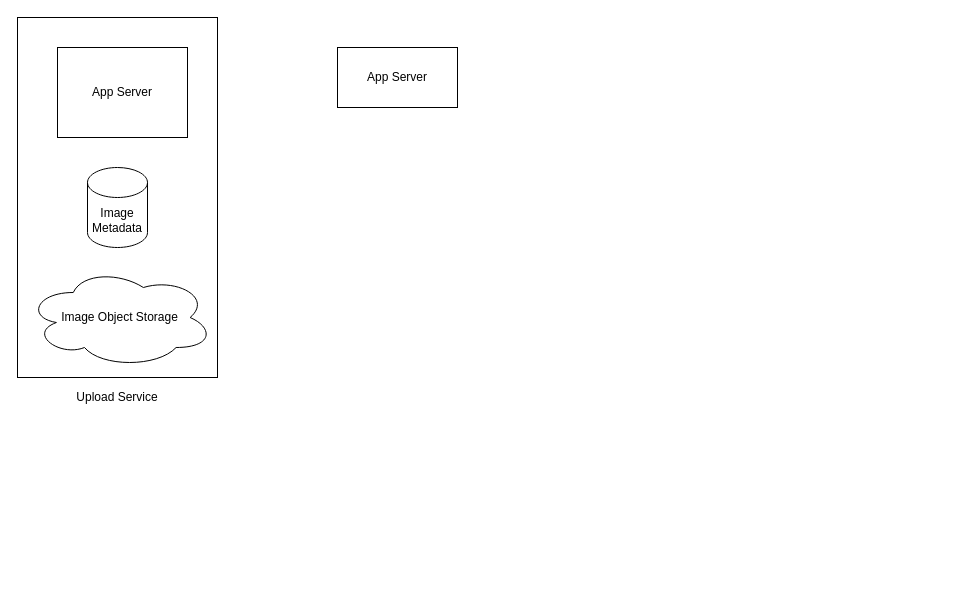
This is Instagram System Design - High level.drawio from dilipkumar2k6/instagram-system-design, a draw.io file, before an edit. Source tidied: cells renumbered, new cells numbered last; positions are measured from the earlier drawing's top-left corner, leaving out a move shared by most shapes. Both pictures are drawn from the tidied source at 100%, with x=0, y=0 at pixel (17, 17).
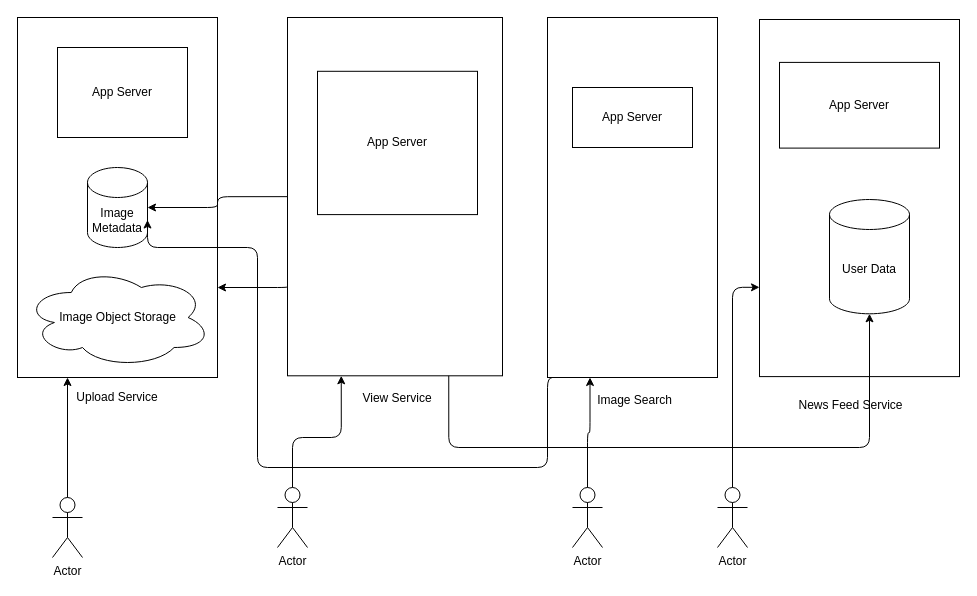
After the change.

Unchanged cells that the change refers to:
```xml
<mxCell id="2" style="group;" parent="1" vertex="1">
  <mxGeometry width="200" height="390" as="geometry" />
</mxCell>
<mxCell id="3" style="rounded=0;whiteSpace=wrap;html=1;" parent="2" vertex="1">
  <mxGeometry width="200" height="360" as="geometry" />
</mxCell>
<mxCell id="5" value="Image Metadata" style="shape=cylinder3;whiteSpace=wrap;html=1;boundedLbl=1;backgroundOutline=1;size=15;" parent="2" vertex="1">
  <mxGeometry x="70" y="150" width="60" height="80" as="geometry" />
</mxCell>
```

Change to the diagram source:
```diff
@@
+    <mxCell id="9" style="rounded=0;whiteSpace=wrap;html=1;" parent="1" vertex="1">
+      <mxGeometry x="530" width="170" height="360" as="geometry" />
+    </mxCell>
@@
     <mxCell id="6" value="Image Object Storage" style="ellipse;shape=cloud;whiteSpace=wrap;html=1;" parent="2" vertex="1">
-      <mxGeometry x="9" y="250" width="187" height="100" as="geometry" />
+      <mxGeometry x="7" y="250" width="187" height="100" as="geometry" />
     </mxCell>
@@
+    <mxCell id="10" style="group;" parent="1" vertex="1">
+      <mxGeometry x="270" width="215" height="430" as="geometry" />
+    </mxCell>
+    <mxCell id="11" style="rounded=0;whiteSpace=wrap;html=1;" parent="10" vertex="1">
+      <mxGeometry width="215" height="358.3" as="geometry" />
+    </mxCell>
-    <mxCell id="8" value="App Server" style="rounded=0;whiteSpace=wrap;html=1;" parent="1" vertex="1">
-      <mxGeometry x="320" y="30" width="120" height="60" as="geometry" />
+    <mxCell id="8" value="App Server" style="rounded=0;whiteSpace=wrap;html=1;" parent="10" vertex="1">
+      <mxGeometry x="30" y="53.8" width="160" height="143.3" as="geometry" />
     </mxCell>
+    <mxCell id="12" value="View Service" style="text;html=1;strokeColor=none;fillColor=none;align=center;verticalAlign=middle;whiteSpace=wrap;rounded=0;" parent="10" vertex="1">
+      <mxGeometry x="65" y="363.2" width="90" height="35.8" as="geometry" />
+    </mxCell>
+    <mxCell id="13" style="endArrow=classic;html=1;edgeStyle=orthogonalEdgeStyle;exitX=0;exitY=0.5;exitDx=0;exitDy=0;entryX=1;entryY=0.5;entryDx=0;entryDy=0;entryPerimeter=0;" parent="1" edge="1" source="11" target="5">
+      <mxGeometry relative="1" as="geometry" />
+    </mxCell>
+    <mxCell id="14" style="endArrow=classic;html=1;edgeStyle=orthogonalEdgeStyle;exitX=0;exitY=0.75;exitDx=0;exitDy=0;entryX=1;entryY=0.75;entryDx=0;entryDy=0;" parent="1" edge="1" source="11" target="3">
+      <mxGeometry relative="1" as="geometry">
+        <Array as="points">
+          <mxPoint x="270" y="270" />
+        </Array>
+      </mxGeometry>
+    </mxCell>
+    <mxCell id="15" style="group;" parent="1" vertex="1">
+      <mxGeometry x="742" y="2" width="200" height="400" as="geometry" />
+    </mxCell>
+    <mxCell id="16" style="rounded=0;whiteSpace=wrap;html=1;" parent="15" vertex="1">
+      <mxGeometry width="200" height="357.1" as="geometry" />
+    </mxCell>
+    <mxCell id="17" style="group;" parent="15" vertex="1">
+      <mxGeometry x="20" y="42.9" width="160" height="357.1" as="geometry" />
+    </mxCell>
+    <mxCell id="18" value="App Server" style="rounded=0;whiteSpace=wrap;html=1;" parent="17" vertex="1">
+      <mxGeometry width="160" height="85.7" as="geometry" />
+    </mxCell>
+    <mxCell id="19" value="News Feed Service" style="text;html=1;strokeColor=none;fillColor=none;align=center;verticalAlign=middle;whiteSpace=wrap;rounded=0;" parent="17" vertex="1">
+      <mxGeometry x="10" y="328.6" width="123.3" height="28.6" as="geometry" />
+    </mxCell>
+    <mxCell id="20" value="User Data" style="shape=cylinder3;whiteSpace=wrap;html=1;boundedLbl=1;backgroundOutline=1;size=15;" parent="15" vertex="1">
+      <mxGeometry x="70" y="180" width="80" height="114.3" as="geometry" />
+    </mxCell>
+    <mxCell id="21" style="endArrow=classic;html=1;edgeStyle=orthogonalEdgeStyle;exitX=0.75;exitY=1;exitDx=0;exitDy=0;entryX=0.5;entryY=1;entryDx=0;entryDy=0;entryPerimeter=0;" parent="1" edge="1" source="11" target="20">
+      <mxGeometry relative="1" as="geometry">
+        <Array as="points">
+          <mxPoint x="431" y="430" />
+          <mxPoint x="852" y="430" />
+        </Array>
+      </mxGeometry>
+    </mxCell>
+    <mxCell id="22" value="Actor" style="shape=umlActor;verticalLabelPosition=bottom;verticalAlign=top;html=1;outlineConnect=0;" parent="1" vertex="1">
+      <mxGeometry x="35" y="480" width="30" height="60" as="geometry" />
+    </mxCell>
+    <mxCell id="23" style="endArrow=classic;html=1;edgeStyle=orthogonalEdgeStyle;exitX=0.5;exitY=0;exitDx=0;exitDy=0;exitPerimeter=0;entryX=0.25;entryY=1;entryDx=0;entryDy=0;" parent="1" edge="1" source="22" target="3">
+      <mxGeometry relative="1" as="geometry" />
+    </mxCell>
+    <mxCell id="24" value="Actor" style="shape=umlActor;verticalLabelPosition=bottom;verticalAlign=top;html=1;outlineConnect=0;" parent="1" vertex="1">
+      <mxGeometry x="260" y="470" width="30" height="60" as="geometry" />
+    </mxCell>
+    <mxCell id="25" style="endArrow=classic;html=1;edgeStyle=orthogonalEdgeStyle;exitX=0.5;exitY=0;exitDx=0;exitDy=0;exitPerimeter=0;entryX=0.25;entryY=1;entryDx=0;entryDy=0;" parent="1" edge="1" source="24" target="11">
+      <mxGeometry relative="1" as="geometry">
+        <Array as="points">
+          <mxPoint x="275" y="420" />
+          <mxPoint x="324" y="420" />
+        </Array>
+      </mxGeometry>
+    </mxCell>
+    <mxCell id="26" value="Actor" style="shape=umlActor;verticalLabelPosition=bottom;verticalAlign=top;html=1;outlineConnect=0;" parent="1" vertex="1">
+      <mxGeometry x="700" y="470" width="30" height="60" as="geometry" />
+    </mxCell>
+    <mxCell id="27" style="endArrow=classic;html=1;edgeStyle=orthogonalEdgeStyle;exitX=0.5;exitY=0;exitDx=0;exitDy=0;exitPerimeter=0;entryX=0;entryY=0.75;entryDx=0;entryDy=0;" parent="1" edge="1" source="26" target="16">
+      <mxGeometry relative="1" as="geometry" />
+    </mxCell>
+    <mxCell id="28" value="App Server" style="rounded=0;whiteSpace=wrap;html=1;" parent="1" vertex="1">
+      <mxGeometry x="555" y="70" width="120" height="60" as="geometry" />
+    </mxCell>
+    <mxCell id="29" value="Image Search" style="text;html=1;strokeColor=none;fillColor=none;align=center;verticalAlign=middle;whiteSpace=wrap;rounded=0;" parent="1" vertex="1">
+      <mxGeometry x="570" y="373" width="95" height="20" as="geometry" />
+    </mxCell>
+    <mxCell id="30" value="Actor" style="shape=umlActor;verticalLabelPosition=bottom;verticalAlign=top;html=1;outlineConnect=0;" parent="1" vertex="1">
+      <mxGeometry x="555" y="470" width="30" height="60" as="geometry" />
+    </mxCell>
+    <mxCell id="31" style="endArrow=classic;html=1;edgeStyle=orthogonalEdgeStyle;entryX=0.25;entryY=1;entryDx=0;entryDy=0;exitX=0.5;exitY=0;exitDx=0;exitDy=0;exitPerimeter=0;" parent="1" edge="1" source="30" target="9">
+      <mxGeometry relative="1" as="geometry" />
+    </mxCell>
+    <mxCell id="32" style="endArrow=classic;html=1;edgeStyle=orthogonalEdgeStyle;entryX=1;entryY=0;entryDx=0;entryDy=52.5;entryPerimeter=0;" parent="1" edge="1" target="5">
+      <mxGeometry relative="1" as="geometry">
+        <mxPoint x="540" y="360" as="sourcePoint" />
+        <Array as="points">
+          <mxPoint x="530" y="450" />
+          <mxPoint x="240" y="450" />
+          <mxPoint x="240" y="230" />
+          <mxPoint x="130" y="230" />
+        </Array>
+      </mxGeometry>
+    </mxCell>
```
